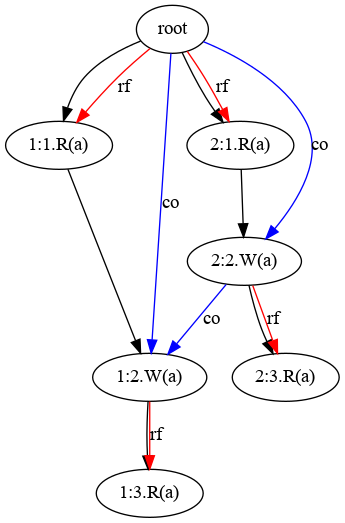
Above: src/main/resources/Visualized_Graphs/Execution_Graph_2.png in mpi-sws-rse/jmc (Graphviz), before the change. Its source is kept beside it as src/main/resources/Visualized_Graphs/Execution_Graph_2.dot.
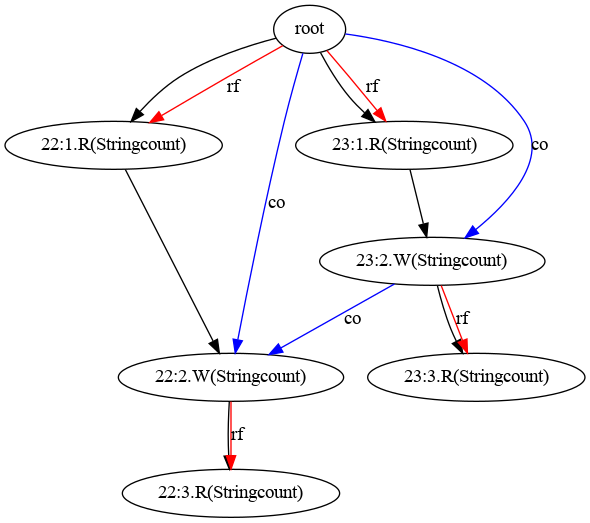
After the commit.

The edit, as a diff of the source:
```diff
@@ -1,21 +1,21 @@
 digraph {
-11 [label="1:1.R(a)"]
-root -> 11;
-root -> 11[color=red, label="rf"];
-21 [label="2:1.R(a)"]
-root -> 21;
-root -> 21[color=red, label="rf"];
-12 [label="1:2.W(a)"]
-11 -> 12;
-13 [label="1:3.R(a)"]
-12 -> 13;
-12 -> 13[color=red, label="rf"];
-22 [label="2:2.W(a)"]
-21 -> 22;
-23 [label="2:3.R(a)"]
-22 -> 23;
-22 -> 23[color=red, label="rf"];
-root -> 12[color=blue, label="co"];
-root -> 22[color=blue, label="co"];
-22 -> 12[color=blue, label="co"];
+221 [label="22:1.R(Stringcount)"]
+root -> 221;
+root -> 221[color=red, label="rf"];
+231 [label="23:1.R(Stringcount)"]
+root -> 231;
+root -> 231[color=red, label="rf"];
+222 [label="22:2.W(Stringcount)"]
+221 -> 222;
+223 [label="22:3.R(Stringcount)"]
+222 -> 223;
+222 -> 223[color=red, label="rf"];
+232 [label="23:2.W(Stringcount)"]
+231 -> 232;
+233 [label="23:3.R(Stringcount)"]
+232 -> 233;
+232 -> 233[color=red, label="rf"];
+root -> 222[color=blue, label="co"];
+root -> 232[color=blue, label="co"];
+232 -> 222[color=blue, label="co"];
 }
```
